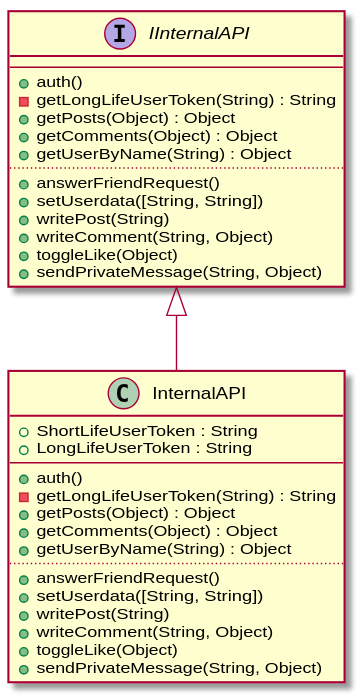
This is documentation/Classes.svg from 5l1v3r1/SocialBot-1, a PlantUML export, as it was before one commit.
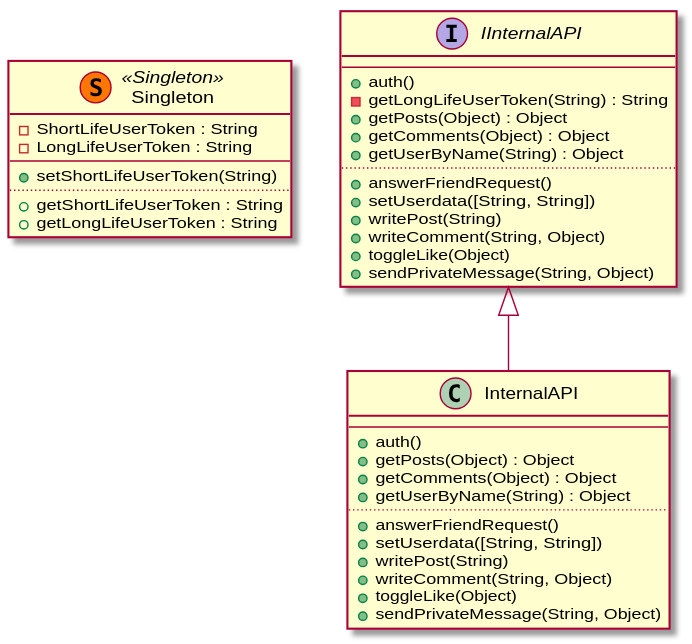
Above is the later version.

Commit message:
Changed Class-Diagram

What changed in the source:
```diff
@@ -1,4 +1,14 @@
 @startuml
+class Singleton << (S,#FF7700) Singleton >> {
+  - ShortLifeUserToken : String
+  - LongLifeUserToken : String
+  --
+  + setShortLifeUserToken(String)
+  ..
+  + getShortLifeUserToken : String
+  + getLongLifeUserToken : String
+}
+
 interface IInternalAPI {
   --
   + auth()
@@ -16,11 +26,8 @@
 }
 
 class InternalAPI {
-  + ShortLifeUserToken : String
-  + LongLifeUserToken : String
   --
   + auth()
-  - getLongLifeUserToken(String) : String
   + getPosts(Object) : Object
   + getComments(Object) : Object
   + getUserByName(String) : Object
```
